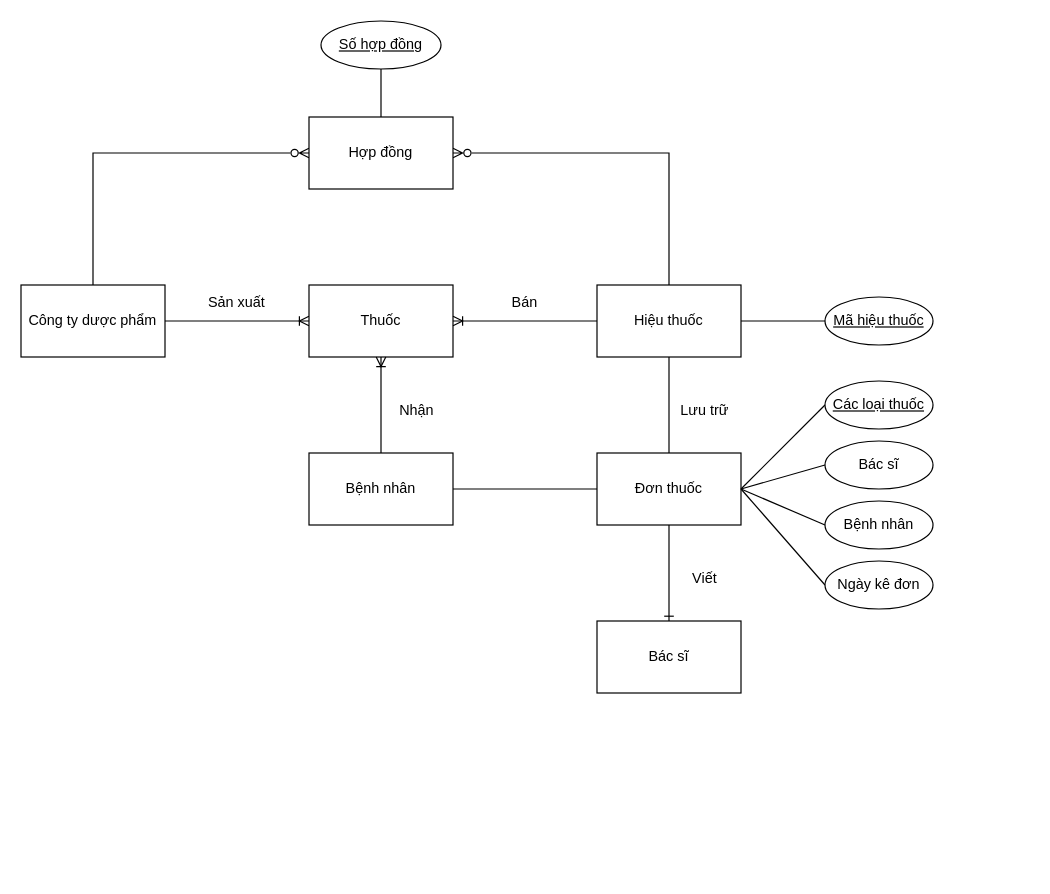
Above: page "ER" (1 of 2) of bai1.drawio in kinatraa/DrawIO (draw.io), before the change. Source tidied: cells renumbered, new cells numbered last; positions are measured from the earlier drawing's top-left corner, leaving out a move shared by most shapes. Both pictures are drawn from the tidied source at 120%, with x=0, y=0 at pixel (20, 20).
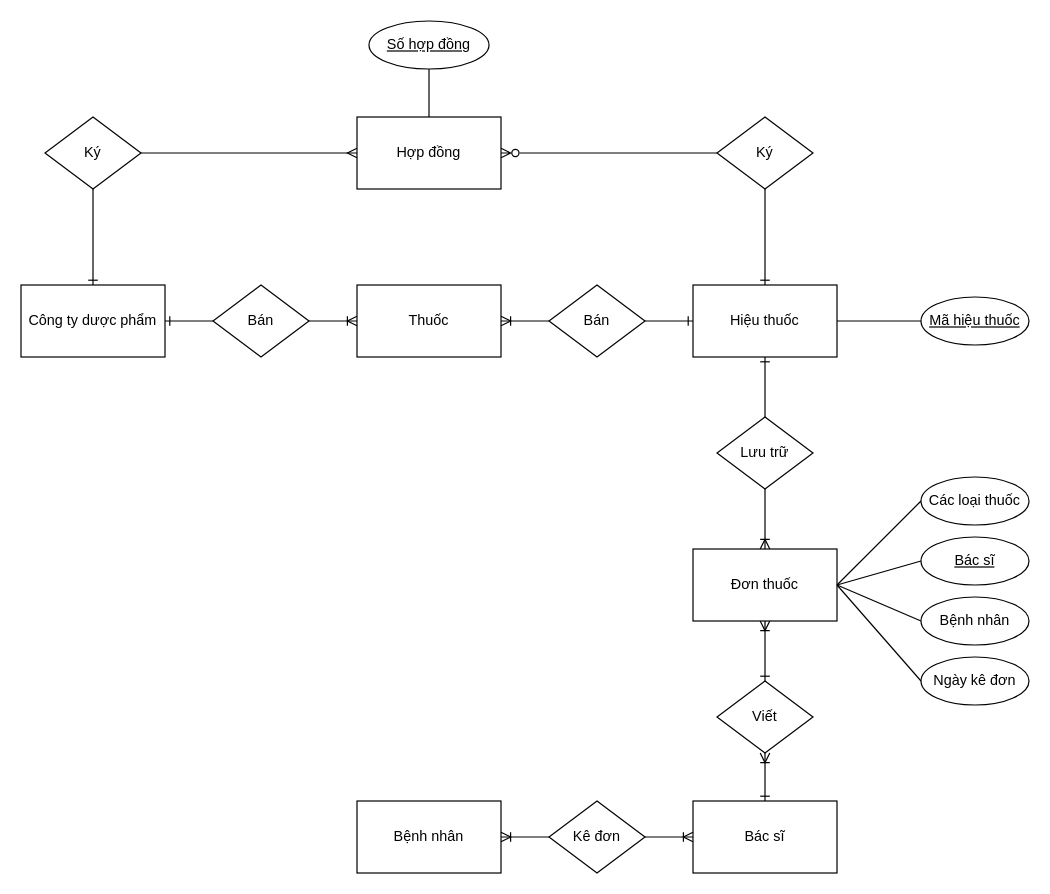
Above is the later version.

Unchanged cells that the change refers to:
```xml
<mxCell id="4" value="Công ty dược phẩm" style="rounded=0;whiteSpace=wrap;html=1;" parent="1" vertex="1">
  <mxGeometry y="220" width="120" height="60" as="geometry" />
</mxCell>
```

The edit, as a diff of the source:
```diff
@@
-    <mxCell id="2" style="edgeStyle=orthogonalEdgeStyle;rounded=0;jettySize=auto;html=1;exitX=1;exitY=0.5;exitDx=0;exitDy=0;endArrow=ERoneToMany;endFill=0;entryX=0;entryY=0.5;entryDx=0;entryDy=0;startArrow=none;startFill=0;" parent="1" edge="1" source="4" target="5">
-      <mxGeometry relative="1" as="geometry" />
-    </mxCell>
-    <mxCell id="3" style="edgeStyle=orthogonalEdgeStyle;rounded=0;jettySize=auto;html=1;entryX=0;entryY=0.5;entryDx=0;entryDy=0;endArrow=ERzeroToMany;endFill=0;" parent="1" edge="1" source="4" target="32">
-      <mxGeometry relative="1" as="geometry">
-        <Array as="points">
-          <mxPoint x="60" y="110" />
-        </Array>
-      </mxGeometry>
-    </mxCell>
@@
     <mxCell id="5" value="Thuốc" style="rounded=0;whiteSpace=wrap;html=1;" parent="1" vertex="1">
-      <mxGeometry x="240" y="220" width="120" height="60" as="geometry" />
+      <mxGeometry x="280" y="220" width="120" height="60" as="geometry" />
     </mxCell>
-    <mxCell id="6" value="Sản xuất" style="text;html=1;align=center;verticalAlign=middle;whiteSpace=wrap;rounded=0;" parent="1" vertex="1">
-      <mxGeometry x="150" y="220" width="60" height="30" as="geometry" />
-    </mxCell>
-    <mxCell id="7" style="edgeStyle=orthogonalEdgeStyle;rounded=0;jettySize=auto;html=1;entryX=1;entryY=0.5;entryDx=0;entryDy=0;endArrow=ERoneToMany;endFill=0;" parent="1" edge="1" source="11" target="5">
-      <mxGeometry relative="1" as="geometry" />
-    </mxCell>
@@
-    <mxCell id="9" style="edgeStyle=orthogonalEdgeStyle;rounded=0;jettySize=auto;html=1;endArrow=none;endFill=0;" parent="1" edge="1" source="11" target="15">
+    <mxCell id="9" style="edgeStyle=orthogonalEdgeStyle;rounded=0;jettySize=auto;html=1;endArrow=ERoneToMany;endFill=0;" parent="1" edge="1" source="16" target="15">
       <mxGeometry relative="1" as="geometry" />
     </mxCell>
-    <mxCell id="10" style="edgeStyle=orthogonalEdgeStyle;rounded=0;jettySize=auto;html=1;entryX=1;entryY=0.5;entryDx=0;entryDy=0;endArrow=ERzeroToMany;endFill=0;" parent="1" edge="1" source="11" target="32">
-      <mxGeometry relative="1" as="geometry">
-        <Array as="points">
-          <mxPoint x="540" y="110" />
-        </Array>
-      </mxGeometry>
-    </mxCell>
     <mxCell id="11" value="Hiệu thuốc" style="rounded=0;whiteSpace=wrap;html=1;" parent="1" vertex="1">
-      <mxGeometry x="480" y="220" width="120" height="60" as="geometry" />
+      <mxGeometry x="560" y="220" width="120" height="60" as="geometry" />
     </mxCell>
-    <mxCell id="12" value="Bán" style="text;html=1;align=center;verticalAlign=middle;whiteSpace=wrap;rounded=0;" parent="1" vertex="1">
-      <mxGeometry x="390" y="220" width="60" height="30" as="geometry" />
-    </mxCell>
     <mxCell id="13" value="&lt;u&gt;Mã hiệu thuốc&lt;/u&gt;" style="ellipse;whiteSpace=wrap;html=1;" parent="1" vertex="1">
-      <mxGeometry x="670" y="230" width="90" height="40" as="geometry" />
+      <mxGeometry x="750" y="230" width="90" height="40" as="geometry" />
     </mxCell>
-    <mxCell id="14" style="edgeStyle=orthogonalEdgeStyle;rounded=0;jettySize=auto;html=1;exitX=0.5;exitY=1;exitDx=0;exitDy=0;entryX=0.5;entryY=0;entryDx=0;entryDy=0;endArrow=ERone;endFill=0;" parent="1" edge="1" source="15" target="28">
+    <mxCell id="14" style="edgeStyle=orthogonalEdgeStyle;rounded=0;jettySize=auto;html=1;exitX=0.5;exitY=1;exitDx=0;exitDy=0;entryX=0.5;entryY=0;entryDx=0;entryDy=0;endArrow=ERone;endFill=0;startArrow=ERoneToMany;startFill=0;" parent="1" edge="1" source="29" target="28">
       <mxGeometry relative="1" as="geometry" />
     </mxCell>
     <mxCell id="15" value="Đơn thuốc" style="rounded=0;whiteSpace=wrap;html=1;" parent="1" vertex="1">
-      <mxGeometry x="480" y="360" width="120" height="60" as="geometry" />
+      <mxGeometry x="560" y="440" width="120" height="60" as="geometry" />
     </mxCell>
-    <mxCell id="16" value="Lưu trữ" style="text;html=1;align=center;verticalAlign=middle;whiteSpace=wrap;rounded=0;" parent="1" vertex="1">
-      <mxGeometry x="540" y="310" width="60" height="30" as="geometry" />
-    </mxCell>
     <mxCell id="17" style="rounded=0;jettySize=auto;html=1;exitX=0;exitY=0.5;exitDx=0;exitDy=0;endArrow=none;endFill=0;" parent="1" edge="1" source="18">
       <mxGeometry relative="1" as="geometry">
-        <mxPoint x="600" y="390" as="targetPoint" />
+        <mxPoint x="680" y="470" as="targetPoint" />
       </mxGeometry>
     </mxCell>
-    <mxCell id="18" value="&lt;u&gt;Các loại thuốc&lt;/u&gt;" style="ellipse;whiteSpace=wrap;html=1;" parent="1" vertex="1">
-      <mxGeometry x="670" y="300" width="90" height="40" as="geometry" />
+    <mxCell id="18" value="Các loại thuốc" style="ellipse;whiteSpace=wrap;html=1;" parent="1" vertex="1">
+      <mxGeometry x="750" y="380" width="90" height="40" as="geometry" />
     </mxCell>
@@
-    <mxCell id="20" value="Bác sĩ" style="ellipse;whiteSpace=wrap;html=1;" parent="1" vertex="1">
-      <mxGeometry x="670" y="350" width="90" height="40" as="geometry" />
+    <mxCell id="20" value="&lt;u&gt;Bác sĩ&lt;/u&gt;" style="ellipse;whiteSpace=wrap;html=1;" parent="1" vertex="1">
+      <mxGeometry x="750" y="430" width="90" height="40" as="geometry" />
     </mxCell>
@@
     <mxCell id="22" value="Bệnh nhân" style="ellipse;whiteSpace=wrap;html=1;" parent="1" vertex="1">
-      <mxGeometry x="670" y="400" width="90" height="40" as="geometry" />
+      <mxGeometry x="750" y="480" width="90" height="40" as="geometry" />
     </mxCell>
     <mxCell id="23" style="rounded=0;jettySize=auto;html=1;endArrow=none;endFill=0;exitX=0;exitY=0.5;exitDx=0;exitDy=0;" parent="1" edge="1" source="24">
       <mxGeometry relative="1" as="geometry">
-        <mxPoint x="600" y="390" as="targetPoint" />
+        <mxPoint x="680" y="470" as="targetPoint" />
       </mxGeometry>
     </mxCell>
     <mxCell id="24" value="Ngày kê đơn" style="ellipse;whiteSpace=wrap;html=1;" parent="1" vertex="1">
-      <mxGeometry x="670" y="450" width="90" height="40" as="geometry" />
+      <mxGeometry x="750" y="530" width="90" height="40" as="geometry" />
     </mxCell>
-    <mxCell id="25" style="edgeStyle=orthogonalEdgeStyle;rounded=0;jettySize=auto;html=1;entryX=0.5;entryY=1;entryDx=0;entryDy=0;endArrow=ERoneToMany;endFill=0;" parent="1" edge="1" source="27" target="5">
-      <mxGeometry relative="1" as="geometry" />
-    </mxCell>
-    <mxCell id="26" style="edgeStyle=orthogonalEdgeStyle;rounded=0;jettySize=auto;html=1;exitX=1;exitY=0.5;exitDx=0;exitDy=0;entryX=0;entryY=0.5;entryDx=0;entryDy=0;endArrow=none;endFill=0;" parent="1" edge="1" source="27" target="15">
-      <mxGeometry relative="1" as="geometry" />
-    </mxCell>
     <mxCell id="27" value="Bệnh nhân" style="rounded=0;whiteSpace=wrap;html=1;" parent="1" vertex="1">
-      <mxGeometry x="240" y="360" width="120" height="60" as="geometry" />
+      <mxGeometry x="280" y="650" width="120" height="60" as="geometry" />
     </mxCell>
     <mxCell id="28" value="Bác sĩ" style="rounded=0;whiteSpace=wrap;html=1;" parent="1" vertex="1">
-      <mxGeometry x="480" y="500" width="120" height="60" as="geometry" />
+      <mxGeometry x="560" y="650" width="120" height="60" as="geometry" />
     </mxCell>
-    <mxCell id="29" value="Viết" style="text;html=1;align=center;verticalAlign=middle;whiteSpace=wrap;rounded=0;" parent="1" vertex="1">
-      <mxGeometry x="540" y="450" width="60" height="30" as="geometry" />
-    </mxCell>
-    <mxCell id="30" value="Nhận" style="text;html=1;align=center;verticalAlign=middle;whiteSpace=wrap;rounded=0;" parent="1" vertex="1">
-      <mxGeometry x="300" y="310" width="60" height="30" as="geometry" />
-    </mxCell>
@@
     <mxCell id="32" value="Hợp đồng" style="rounded=0;whiteSpace=wrap;html=1;" parent="1" vertex="1">
-      <mxGeometry x="240" y="80" width="120" height="60" as="geometry" />
+      <mxGeometry x="280" y="80" width="120" height="60" as="geometry" />
     </mxCell>
     <mxCell id="33" value="&lt;u&gt;Số hợp đồng&lt;/u&gt;" style="ellipse;whiteSpace=wrap;html=1;rounded=0;" parent="1" vertex="1">
-      <mxGeometry x="250" width="100" height="40" as="geometry" />
+      <mxGeometry x="290" width="100" height="40" as="geometry" />
     </mxCell>
+    <mxCell id="34" style="edgeStyle=orthogonalEdgeStyle;rounded=0;jettySize=auto;html=1;endArrow=none;endFill=0;startArrow=ERone;startFill=0;" parent="1" edge="1" source="11" target="16">
+      <mxGeometry relative="1" as="geometry" />
+    </mxCell>
+    <mxCell id="16" value="Lưu trữ" style="rhombus;whiteSpace=wrap;html=1;" parent="1" vertex="1">
+      <mxGeometry x="580" y="330" width="80" height="60" as="geometry" />
+    </mxCell>
+    <mxCell id="35" style="edgeStyle=orthogonalEdgeStyle;rounded=0;jettySize=auto;html=1;exitX=0.5;exitY=1;exitDx=0;exitDy=0;entryX=0.5;entryY=0;entryDx=0;entryDy=0;endArrow=ERone;endFill=0;startArrow=ERoneToMany;startFill=0;" parent="1" edge="1" source="15" target="29">
+      <mxGeometry relative="1" as="geometry" />
+    </mxCell>
+    <mxCell id="29" value="Viết" style="rhombus;whiteSpace=wrap;html=1;" parent="1" vertex="1">
+      <mxGeometry x="580" y="550" width="80" height="60" as="geometry" />
+    </mxCell>
+    <mxCell id="36" style="edgeStyle=orthogonalEdgeStyle;rounded=0;jettySize=auto;html=1;entryX=0;entryY=0.5;entryDx=0;entryDy=0;endArrow=ERoneToMany;endFill=0;" parent="1" edge="1" source="38" target="28">
+      <mxGeometry relative="1" as="geometry" />
+    </mxCell>
+    <mxCell id="37" style="edgeStyle=orthogonalEdgeStyle;rounded=0;jettySize=auto;html=1;entryX=1;entryY=0.5;entryDx=0;entryDy=0;endArrow=ERoneToMany;endFill=0;" parent="1" edge="1" source="38" target="27">
+      <mxGeometry relative="1" as="geometry" />
+    </mxCell>
+    <mxCell id="38" value="Kê đơn" style="rhombus;whiteSpace=wrap;html=1;" parent="1" vertex="1">
+      <mxGeometry x="440" y="650" width="80" height="60" as="geometry" />
+    </mxCell>
+    <mxCell id="39" style="edgeStyle=orthogonalEdgeStyle;rounded=0;jettySize=auto;html=1;entryX=0.5;entryY=0;entryDx=0;entryDy=0;endArrow=ERone;endFill=0;" parent="1" edge="1" source="41" target="11">
+      <mxGeometry relative="1" as="geometry" />
+    </mxCell>
+    <mxCell id="40" style="edgeStyle=orthogonalEdgeStyle;rounded=0;jettySize=auto;html=1;entryX=1;entryY=0.5;entryDx=0;entryDy=0;endArrow=ERzeroToMany;endFill=0;" parent="1" edge="1" source="41" target="32">
+      <mxGeometry relative="1" as="geometry" />
+    </mxCell>
+    <mxCell id="41" value="Ký" style="rhombus;whiteSpace=wrap;html=1;" parent="1" vertex="1">
+      <mxGeometry x="580" y="80" width="80" height="60" as="geometry" />
+    </mxCell>
+    <mxCell id="42" style="edgeStyle=orthogonalEdgeStyle;rounded=0;jettySize=auto;html=1;entryX=0;entryY=0.5;entryDx=0;entryDy=0;endArrow=ERmany;endFill=0;" parent="1" edge="1" source="44" target="32">
+      <mxGeometry relative="1" as="geometry" />
+    </mxCell>
+    <mxCell id="43" style="edgeStyle=orthogonalEdgeStyle;rounded=0;jettySize=auto;html=1;entryX=0.5;entryY=0;entryDx=0;entryDy=0;endArrow=ERone;endFill=0;" parent="1" edge="1" source="44" target="4">
+      <mxGeometry relative="1" as="geometry" />
+    </mxCell>
+    <mxCell id="44" value="Ký" style="rhombus;whiteSpace=wrap;html=1;" parent="1" vertex="1">
+      <mxGeometry x="20" y="80" width="80" height="60" as="geometry" />
+    </mxCell>
+    <mxCell id="45" style="edgeStyle=orthogonalEdgeStyle;rounded=0;jettySize=auto;html=1;entryX=0;entryY=0.5;entryDx=0;entryDy=0;endArrow=ERone;endFill=0;" parent="1" edge="1" source="47" target="11">
+      <mxGeometry relative="1" as="geometry" />
+    </mxCell>
+    <mxCell id="46" style="edgeStyle=orthogonalEdgeStyle;rounded=0;jettySize=auto;html=1;entryX=1;entryY=0.5;entryDx=0;entryDy=0;endArrow=ERoneToMany;endFill=0;" parent="1" edge="1" source="47" target="5">
+      <mxGeometry relative="1" as="geometry" />
+    </mxCell>
+    <mxCell id="47" value="Bán" style="rhombus;whiteSpace=wrap;html=1;" parent="1" vertex="1">
+      <mxGeometry x="440" y="220" width="80" height="60" as="geometry" />
+    </mxCell>
+    <mxCell id="48" style="edgeStyle=orthogonalEdgeStyle;rounded=0;jettySize=auto;html=1;entryX=0;entryY=0.5;entryDx=0;entryDy=0;endArrow=ERoneToMany;endFill=0;" parent="1" edge="1" source="50" target="5">
+      <mxGeometry relative="1" as="geometry" />
+    </mxCell>
+    <mxCell id="49" style="edgeStyle=orthogonalEdgeStyle;rounded=0;jettySize=auto;html=1;endArrow=ERone;endFill=0;" parent="1" edge="1" source="50" target="4">
+      <mxGeometry relative="1" as="geometry" />
+    </mxCell>
+    <mxCell id="50" value="Bán" style="rhombus;whiteSpace=wrap;html=1;" parent="1" vertex="1">
+      <mxGeometry x="160" y="220" width="80" height="60" as="geometry" />
+    </mxCell>
```
